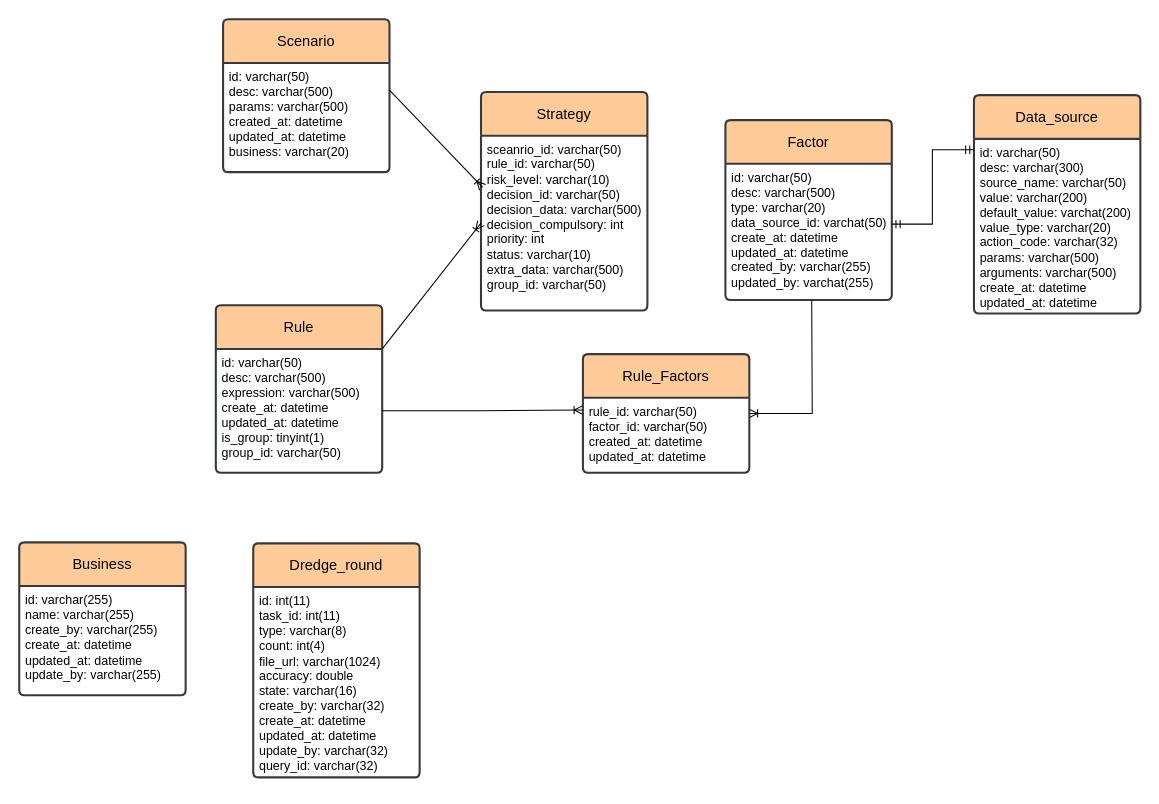
Above: pictures/hammurabi-er1.drawio in Pumpkin9841/pictures (draw.io), before the change. Source tidied: cells renumbered, new cells numbered last; positions are measured from the earlier drawing's top-left corner, leaving out a move shared by most shapes. Both pictures are drawn from the tidied source at 104%, with x=0, y=0 at pixel (19, 19).
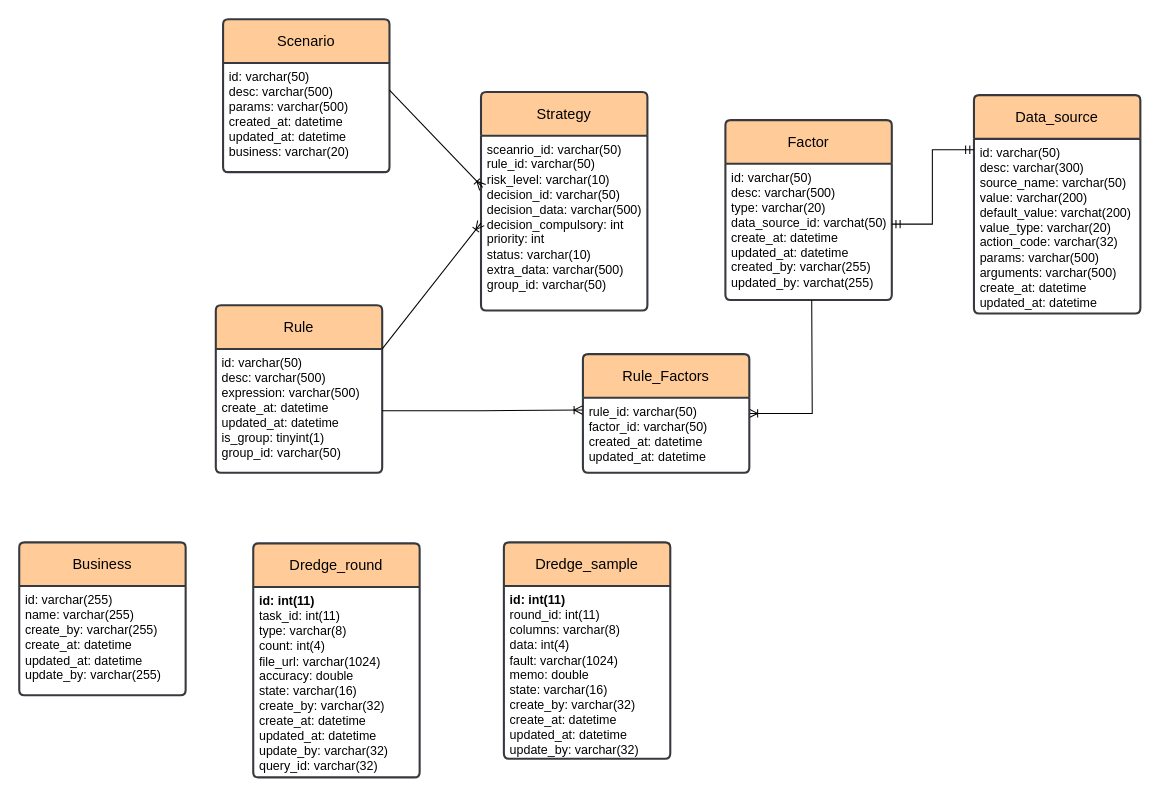
After the change.

Unchanged cells that the change refers to:
```xml
<mxCell id="28" value="Dredge_round" style="swimlane;horizontal=1;startSize=42;rounded=1;fontSize=14;fontStyle=0;strokeWidth=2;shadow=0;dashed=0;align=center;arcSize=4;whiteSpace=wrap;html=1;fillColor=#ffcc99;strokeColor=#36393d;" parent="1" vertex="1">
  <mxGeometry x="225" y="504" width="160" height="225" as="geometry" />
</mxCell>
```

What changed in the source:
```diff
@@
-    <mxCell id="29" value="id: int(11)&lt;br&gt;task_id: int(11)&lt;br&gt;type: varchar(8)&lt;br&gt;count: int(4)&lt;br&gt;file_url: varchar(1024)&lt;br&gt;accuracy: double&lt;br&gt;state: varchar(16)&lt;br&gt;create_by: varchar(32)&lt;br style=&quot;border-color: var(--border-color);&quot;&gt;create_at: datetime&lt;br style=&quot;border-color: var(--border-color);&quot;&gt;updated_at: datetime&lt;br style=&quot;border-color: var(--border-color);&quot;&gt;update_by: varchar(32)&lt;br&gt;query_id: varchar(32)" style="align=left;strokeColor=none;fillColor=none;spacingLeft=4;fontSize=12;verticalAlign=top;html=1;" parent="28" vertex="1">
+    <mxCell id="29" value="&lt;b&gt;id: int(11)&lt;br&gt;&lt;/b&gt;task_id: int(11)&lt;br&gt;type: varchar(8)&lt;br&gt;count: int(4)&lt;br&gt;file_url: varchar(1024)&lt;br&gt;accuracy: double&lt;br&gt;state: varchar(16)&lt;br&gt;create_by: varchar(32)&lt;br style=&quot;border-color: var(--border-color);&quot;&gt;create_at: datetime&lt;br style=&quot;border-color: var(--border-color);&quot;&gt;updated_at: datetime&lt;br style=&quot;border-color: var(--border-color);&quot;&gt;update_by: varchar(32)&lt;br&gt;query_id: varchar(32)" style="align=left;strokeColor=none;fillColor=none;spacingLeft=4;fontSize=12;verticalAlign=top;html=1;" parent="28" vertex="1">
       <mxGeometry y="42" width="160" height="183" as="geometry" />
     </mxCell>
@@
+    <mxCell id="31" value="Dredge_sample" style="swimlane;horizontal=1;startSize=42;rounded=1;fontSize=14;fontStyle=0;strokeWidth=2;shadow=0;dashed=0;align=center;arcSize=4;whiteSpace=wrap;html=1;fillColor=#ffcc99;strokeColor=#36393d;" parent="1" vertex="1">
+      <mxGeometry x="466" y="503" width="160" height="208" as="geometry" />
+    </mxCell>
+    <mxCell id="32" value="&lt;b&gt;id: int(11)&lt;br&gt;&lt;/b&gt;round_id: int(11)&lt;br&gt;columns: varchar(8)&lt;br&gt;data: int(4)&lt;br&gt;fault: varchar(1024)&lt;br&gt;memo: double&lt;br&gt;state: varchar(16)&lt;br&gt;create_by: varchar(32)&lt;br style=&quot;border-color: var(--border-color);&quot;&gt;create_at: datetime&lt;br style=&quot;border-color: var(--border-color);&quot;&gt;updated_at: datetime&lt;br style=&quot;border-color: var(--border-color);&quot;&gt;update_by: varchar(32)" style="align=left;strokeColor=none;fillColor=none;spacingLeft=4;fontSize=12;verticalAlign=top;html=1;" parent="31" vertex="1">
+      <mxGeometry y="42" width="160" height="166" as="geometry" />
+    </mxCell>
+    <mxCell id="33" style="edgeStyle=orthogonalEdgeStyle;rounded=0;orthogonalLoop=1;jettySize=auto;html=1;exitX=0.5;exitY=1;exitDx=0;exitDy=0;" parent="31" edge="1" source="32" target="32">
+      <mxGeometry relative="1" as="geometry" />
+    </mxCell>
```
